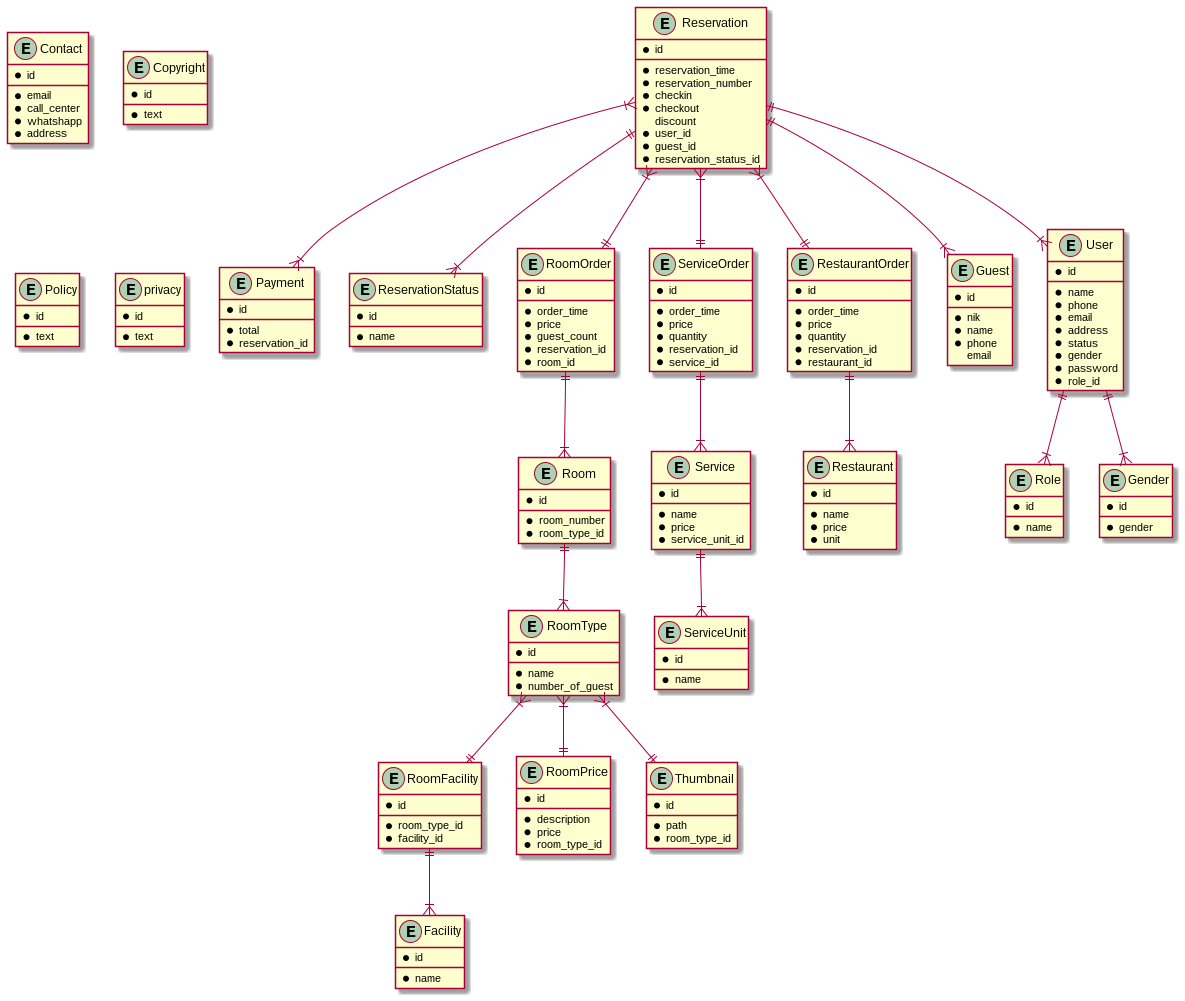
Earlier version of the PlantUML export designs/diagrams/database/SemuwainnDatabase.png (MuhammadIqbalAfandi/semuwainn).
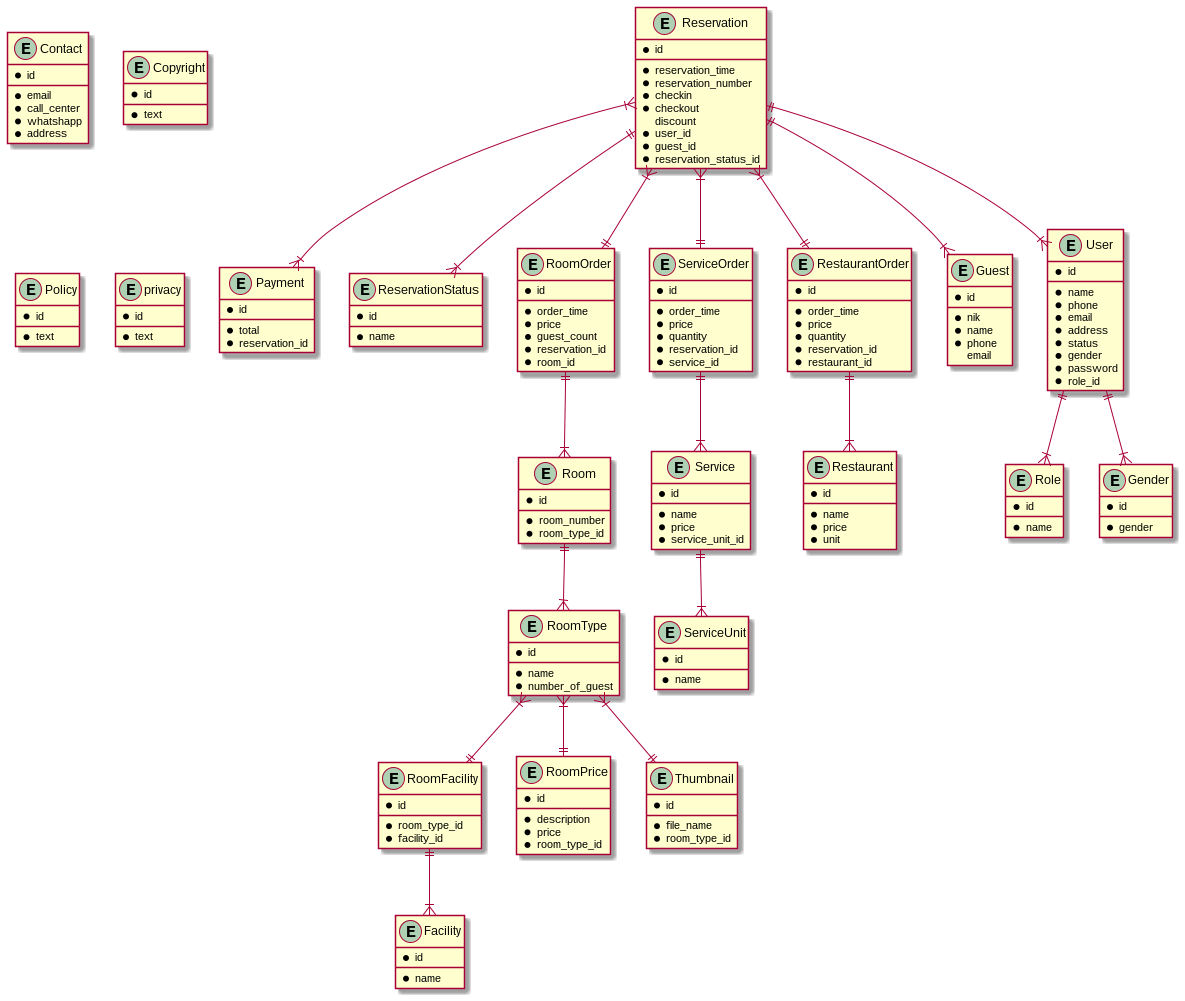
After the commit.

Change to the diagram source:
```diff
@@ -149,7 +149,7 @@
   entity Thumbnail {
     * id
     __
-    * path
+    * file_name
     * room_type_id
   }
 
```
